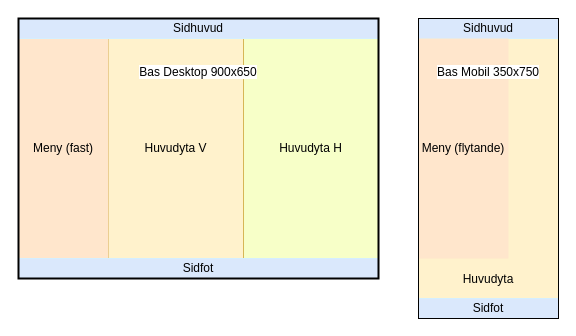
The draw.io diagram killen.drawio in bhagqvist-consid/ICD11, before the edit. Source tidied: cells renumbered, new cells numbered last; positions are measured from the earlier drawing's top-left corner, leaving out a move shared by most shapes. Both pictures are drawn from the tidied source at 100%, with x=0, y=0 at pixel (18, 18).
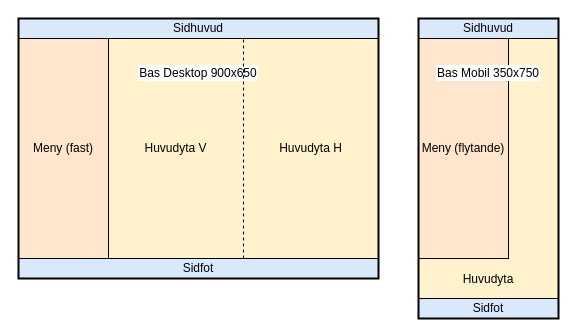
The same page after the edit.

What changed in the source:
```diff
@@
 <mxGraphModel>
   <root>
     <mxCell id="0" />
     <mxCell id="1" parent="0" />
     <mxCell id="2" value="Huvudyta" style="rounded=0;whiteSpace=wrap;html=1;rotation=0;strokeColor=#d6b656;fillColor=#fff2cc;verticalAlign=bottom;spacingBottom=10;" parent="1" vertex="1">
       <mxGeometry x="400" y="20" width="140" height="260" as="geometry" />
     </mxCell>
-    <mxCell id="3" value="Sidfot" style="rounded=0;whiteSpace=wrap;html=1;rotation=0;fillColor=#dae8fc;strokeColor=#D4EFFF;" parent="1" vertex="1">
+    <mxCell id="3" value="Sidfot" style="rounded=0;whiteSpace=wrap;html=1;rotation=0;fillColor=#dae8fc;strokeColor=default;" parent="1" vertex="1">
       <mxGeometry x="400" y="280" width="140" height="20" as="geometry" />
     </mxCell>
-    <mxCell id="4" value="Sidhuvud" style="rounded=0;whiteSpace=wrap;html=1;rotation=0;fillColor=#dae8fc;strokeColor=#D4EFFF;" parent="1" vertex="1">
+    <mxCell id="4" value="Sidhuvud" style="rounded=0;whiteSpace=wrap;html=1;rotation=0;fillColor=#dae8fc;strokeColor=default;" parent="1" vertex="1">
       <mxGeometry x="400" width="140" height="20" as="geometry" />
     </mxCell>
-    <mxCell id="5" value="Meny (flytande)" style="rounded=0;whiteSpace=wrap;html=1;rotation=0;fillColor=#ffe6cc;strokeColor=none;" parent="1" vertex="1">
+    <mxCell id="5" value="Meny (flytande)" style="rounded=0;whiteSpace=wrap;html=1;rotation=0;fillColor=#ffe6cc;strokeColor=default;" parent="1" vertex="1">
       <mxGeometry x="400" y="20" width="90" height="220" as="geometry" />
     </mxCell>
-    <mxCell id="6" value="Huvudyta H" style="rounded=0;whiteSpace=wrap;html=1;rotation=0;fillColor=#F7FFC8;strokeColor=#d6b656;" parent="1" vertex="1">
+    <mxCell id="6" value="Huvudyta H" style="rounded=0;whiteSpace=wrap;html=1;rotation=0;fillColor=#fff2cc;strokeColor=none;align=center;verticalAlign=middle;fontFamily=Helvetica;fontSize=12;fontColor=default;" parent="1" vertex="1">
       <mxGeometry x="225" y="20" width="135" height="220" as="geometry" />
     </mxCell>
-    <mxCell id="7" value="Huvudyta V" style="rounded=0;whiteSpace=wrap;html=1;rotation=0;strokeColor=#d6b656;fillColor=#fff2cc;" parent="1" vertex="1">
+    <mxCell id="7" value="Huvudyta V" style="rounded=0;whiteSpace=wrap;html=1;rotation=0;strokeColor=none;fillColor=#fff2cc;" parent="1" vertex="1">
       <mxGeometry x="90" y="20" width="135" height="220" as="geometry" />
     </mxCell>
-    <mxCell id="8" value="Meny (fast)" style="rounded=0;whiteSpace=wrap;html=1;rotation=0;fillColor=#ffe6cc;strokeColor=none;" parent="1" vertex="1">
+    <mxCell id="8" value="Meny (fast)" style="rounded=0;whiteSpace=wrap;html=1;rotation=0;fillColor=#ffe6cc;strokeColor=default;" parent="1" vertex="1">
       <mxGeometry y="20" width="90" height="220" as="geometry" />
     </mxCell>
-    <mxCell id="9" value="Bas Mobil 350x750" style="rounded=0;whiteSpace=wrap;html=1;verticalAlign=top;spacingTop=40;labelBackgroundColor=default;fillColor=none;" parent="1" vertex="1">
-      <mxGeometry x="400" width="140" height="300" as="geometry" />
-    </mxCell>
-    <mxCell id="10" value="Sidhuvud" style="rounded=0;whiteSpace=wrap;html=1;rotation=0;fillColor=#dae8fc;strokeColor=#D4EFFF;" parent="1" vertex="1">
+    <mxCell id="10" value="Sidhuvud" style="rounded=0;whiteSpace=wrap;html=1;rotation=0;fillColor=#dae8fc;strokeColor=default;" parent="1" vertex="1">
       <mxGeometry width="360" height="20" as="geometry" />
     </mxCell>
-    <mxCell id="11" value="Sidfot" style="rounded=0;whiteSpace=wrap;html=1;rotation=0;fillColor=#dae8fc;strokeColor=#D4EFFF;" parent="1" vertex="1">
+    <mxCell id="11" value="Sidfot" style="rounded=0;whiteSpace=wrap;html=1;rotation=0;fillColor=#dae8fc;strokeColor=default;" parent="1" vertex="1">
       <mxGeometry y="240" width="360" height="20" as="geometry" />
     </mxCell>
-    <mxCell id="12" value="Bas Desktop 900x650" style="rounded=0;whiteSpace=wrap;html=1;fillColor=none;strokeWidth=2;verticalAlign=top;spacingBottom=12;spacingTop=40;labelBackgroundColor=default;" parent="1" vertex="1">
+    <mxCell id="12" value="Bas Desktop 900x650" style="rounded=0;whiteSpace=wrap;html=1;fillColor=none;strokeWidth=2;verticalAlign=top;spacingBottom=12;spacingTop=40;labelBackgroundColor=default;labelBorderColor=#FFFFFF;" parent="1" vertex="1">
       <mxGeometry width="360" height="260" as="geometry" />
     </mxCell>
+    <mxCell id="9" value="Bas Mobil 350x750" style="rounded=0;whiteSpace=wrap;html=1;verticalAlign=top;spacingTop=40;labelBackgroundColor=default;fillColor=none;strokeWidth=2;labelBorderColor=#FFFFFF;" parent="1" vertex="1">
+      <mxGeometry x="400" width="140" height="300" as="geometry" />
+    </mxCell>
+    <mxCell id="13" style="endArrow=none;dashed=1;html=1;rounded=0;" parent="1" edge="1">
+      <mxGeometry relative="1" as="geometry">
+        <mxPoint x="225" y="240" as="sourcePoint" />
+        <mxPoint x="225" y="20" as="targetPoint" />
+      </mxGeometry>
+    </mxCell>
   </root>
 </mxGraphModel>
```
